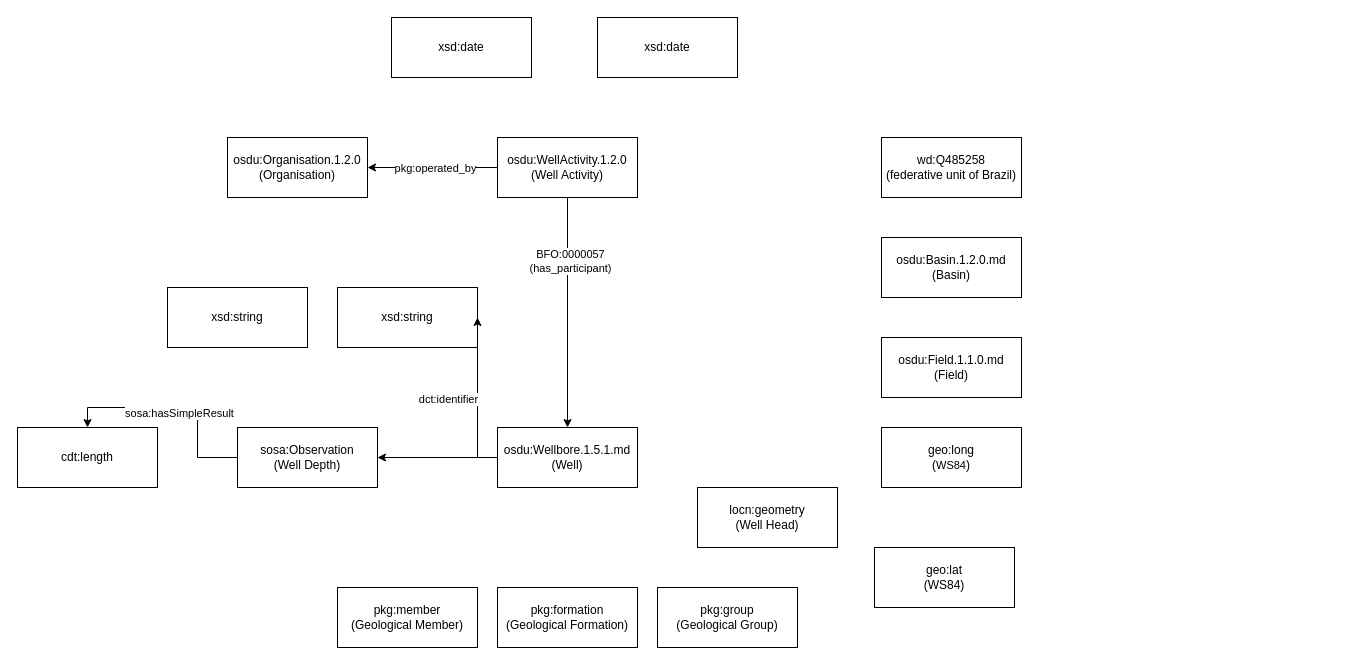
Earlier version of the draw.io diagram semantic data model/semantic-data-model.drawio (patriciaferreiradasilva/FAIR_petrokgraph). Source tidied: cells renumbered, new cells numbered last; positions are measured from the earlier drawing's top-left corner, leaving out a move shared by most shapes. Both pictures are drawn from the tidied source at 100%, with x=0, y=0 at pixel (17, 17).
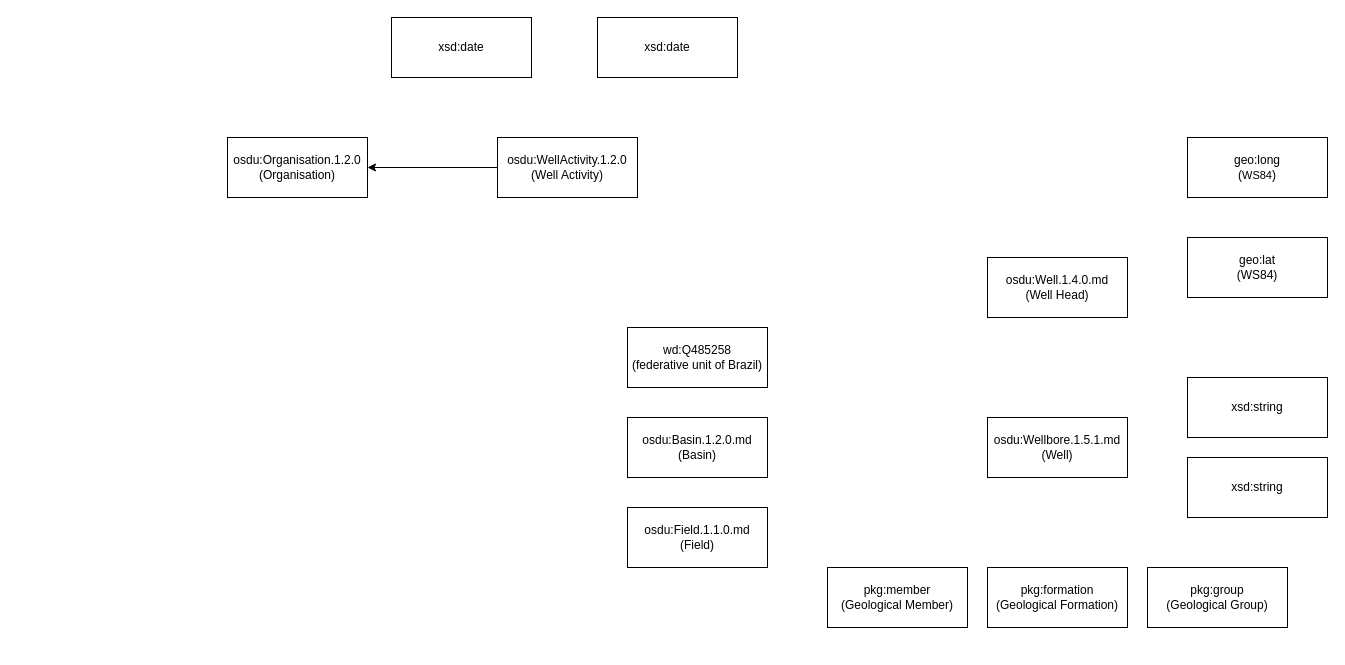
The same page after the edit.

Commit message (it also covers changes not shown here):
updated uris for ontology in the data

Unchanged cells that the change refers to:
```xml
<mxCell id="4" style="edgeStyle=orthogonalEdgeStyle;rounded=0;jettySize=auto;html=1;entryX=1;entryY=0.5;entryDx=0;entryDy=0;" parent="1" edge="1" source="6" target="8">
  <mxGeometry relative="1" as="geometry" />
</mxCell>
<mxCell id="6" value="&lt;div&gt;osdu:WellActivity.1.2.0&lt;/div&gt;(Well Activity)" style="rounded=0;whiteSpace=wrap;html=1;" parent="1" vertex="1">
  <mxGeometry x="480" y="120" width="140" height="60" as="geometry" />
</mxCell>
```

Diff of the diagram source:
```diff
@@
-    <mxCell id="2" style="edgeStyle=orthogonalEdgeStyle;rounded=0;jettySize=auto;html=1;entryX=0.5;entryY=0;entryDx=0;entryDy=0;" parent="1" edge="1" source="6" target="27">
-      <mxGeometry relative="1" as="geometry" />
-    </mxCell>
-    <mxCell id="3" value="BFO:0000057&lt;div&gt;(has_participant)&lt;/div&gt;" style="edgeLabel;html=1;align=center;verticalAlign=middle;" parent="2" vertex="1">
-      <mxGeometry x="-0.03" y="-1" relative="1" as="geometry">
-        <mxPoint x="3" y="-49" as="offset" />
-      </mxGeometry>
-    </mxCell>
@@
-    <mxCell id="5" value="pkg:operated_by" style="edgeLabel;html=1;align=center;verticalAlign=middle;" parent="4" vertex="1">
-      <mxGeometry x="-0.01" y="4" relative="1" as="geometry">
-        <mxPoint x="1" y="-4" as="offset" />
-      </mxGeometry>
-    </mxCell>
@@
     <mxCell id="7" value="&lt;div&gt;wd:Q485258&lt;/div&gt;&lt;div&gt;(federative unit of Brazil)&lt;/div&gt;" style="rounded=0;whiteSpace=wrap;html=1;" parent="1" vertex="1">
-      <mxGeometry x="864" y="120" width="140" height="60" as="geometry" />
+      <mxGeometry x="610" y="310" width="140" height="60" as="geometry" />
     </mxCell>
@@
     <mxCell id="9" value="osdu:Basin.1.2.0.md&lt;div&gt;(Basin)&lt;/div&gt;" style="rounded=0;whiteSpace=wrap;html=1;" parent="1" vertex="1">
-      <mxGeometry x="864" y="220" width="140" height="60" as="geometry" />
+      <mxGeometry x="610" y="400" width="140" height="60" as="geometry" />
     </mxCell>
     <mxCell id="10" value="osdu:Field.1.1.0.md&lt;div&gt;&lt;span style=&quot;background-color: transparent; color: light-dark(rgb(0, 0, 0), rgb(255, 255, 255));&quot;&gt;(Field)&lt;/span&gt;&lt;/div&gt;" style="rounded=0;whiteSpace=wrap;html=1;" parent="1" vertex="1">
-      <mxGeometry x="864" y="320" width="140" height="60" as="geometry" />
+      <mxGeometry x="610" y="490" width="140" height="60" as="geometry" />
     </mxCell>
-    <mxCell id="11" value="locn:geometry&lt;div&gt;(Well Head)&lt;/div&gt;" style="rounded=0;whiteSpace=wrap;html=1;" parent="1" vertex="1">
-      <mxGeometry x="680" y="470" width="140" height="60" as="geometry" />
-    </mxCell>
     <mxCell id="12" value="pkg:formation&lt;div&gt;(Geological Formation)&lt;/div&gt;" style="rounded=0;whiteSpace=wrap;html=1;" parent="1" vertex="1">
-      <mxGeometry x="480" y="570" width="140" height="60" as="geometry" />
+      <mxGeometry x="970" y="550" width="140" height="60" as="geometry" />
     </mxCell>
     <mxCell id="13" value="pkg:group&lt;div&gt;(Geological Group)&lt;/div&gt;" style="rounded=0;whiteSpace=wrap;html=1;" parent="1" vertex="1">
-      <mxGeometry x="640" y="570" width="140" height="60" as="geometry" />
+      <mxGeometry x="1130" y="550" width="140" height="60" as="geometry" />
     </mxCell>
     <mxCell id="14" value="pkg:member&lt;div&gt;(Geological Member)&lt;/div&gt;" style="rounded=0;whiteSpace=wrap;html=1;" parent="1" vertex="1">
-      <mxGeometry x="320" y="570" width="140" height="60" as="geometry" />
+      <mxGeometry x="810" y="550" width="140" height="60" as="geometry" />
     </mxCell>
     <mxCell id="15" value="geo:lat&lt;div&gt;(WS84)&lt;/div&gt;" style="rounded=0;whiteSpace=wrap;html=1;" parent="1" vertex="1">
-      <mxGeometry x="857" y="530" width="140" height="60" as="geometry" />
+      <mxGeometry x="1170" y="220" width="140" height="60" as="geometry" />
     </mxCell>
     <mxCell id="16" value="geo:long&lt;div&gt;(&lt;span style=&quot;font-size: 11px; text-wrap-mode: nowrap; background-color: rgb(255, 255, 255);&quot;&gt;WS84&lt;/span&gt;)&lt;/div&gt;" style="rounded=0;whiteSpace=wrap;html=1;" parent="1" vertex="1">
-      <mxGeometry x="864" y="410" width="140" height="60" as="geometry" />
+      <mxGeometry x="1170" y="120" width="140" height="60" as="geometry" />
     </mxCell>
     <mxCell id="17" value="xsd:string" style="rounded=0;whiteSpace=wrap;html=1;" parent="1" vertex="1">
-      <mxGeometry x="320" y="270" width="140" height="60" as="geometry" />
+      <mxGeometry x="1170" y="440" width="140" height="60" as="geometry" />
     </mxCell>
@@
-    <mxCell id="20" style="edgeStyle=orthogonalEdgeStyle;rounded=0;jettySize=auto;html=1;entryX=0.5;entryY=0;entryDx=0;entryDy=0;" parent="1" edge="1" source="22" target="23">
-      <mxGeometry relative="1" as="geometry" />
-    </mxCell>
-    <mxCell id="21" value="sosa:hasSimpleResult" style="edgeLabel;html=1;align=center;verticalAlign=middle;" parent="20" vertex="1">
-      <mxGeometry x="-0.01" y="5" relative="1" as="geometry" />
-    </mxCell>
-    <mxCell id="22" value="sosa:Observation&lt;div&gt;(Well Depth)&lt;/div&gt;" style="rounded=0;whiteSpace=wrap;html=1;" parent="1" vertex="1">
-      <mxGeometry x="220" y="410" width="140" height="60" as="geometry" />
-    </mxCell>
-    <mxCell id="23" value="cdt:length" style="rounded=0;whiteSpace=wrap;html=1;" parent="1" vertex="1">
-      <mxGeometry y="410" width="140" height="60" as="geometry" />
-    </mxCell>
-    <mxCell id="24" style="edgeStyle=orthogonalEdgeStyle;rounded=0;jettySize=auto;html=1;entryX=1;entryY=0.5;entryDx=0;entryDy=0;exitX=0;exitY=0.5;exitDx=0;exitDy=0;" parent="1" edge="1" source="27" target="17">
-      <mxGeometry relative="1" as="geometry">
-        <Array as="points">
-          <mxPoint x="400" y="440" />
-          <mxPoint x="400" y="440" />
-        </Array>
-      </mxGeometry>
-    </mxCell>
-    <mxCell id="25" value="dct:identifier" style="edgeLabel;html=1;align=center;verticalAlign=middle;" parent="24" vertex="1">
-      <mxGeometry x="0.21" y="-3" relative="1" as="geometry">
-        <mxPoint x="-33" y="-30" as="offset" />
-      </mxGeometry>
-    </mxCell>
-    <mxCell id="26" style="edgeStyle=orthogonalEdgeStyle;rounded=0;jettySize=auto;html=1;entryX=1;entryY=0.5;entryDx=0;entryDy=0;" parent="1" edge="1" source="27" target="22">
-      <mxGeometry relative="1" as="geometry" />
-    </mxCell>
     <mxCell id="27" value="osdu:Wellbore.1.5.1.md&lt;div&gt;(Well)&lt;/div&gt;" style="rounded=0;whiteSpace=wrap;html=1;" parent="1" vertex="1">
-      <mxGeometry x="480" y="410" width="140" height="60" as="geometry" />
+      <mxGeometry x="970" y="400" width="140" height="60" as="geometry" />
     </mxCell>
     <mxCell id="28" value="xsd:string" style="rounded=0;whiteSpace=wrap;html=1;" parent="1" vertex="1">
-      <mxGeometry x="150" y="270" width="140" height="60" as="geometry" />
+      <mxGeometry x="1170" y="360" width="140" height="60" as="geometry" />
     </mxCell>
+    <mxCell id="29" value="osdu:Well.1.4.0.md&lt;div&gt;(Well Head)&lt;/div&gt;" style="rounded=0;whiteSpace=wrap;html=1;" parent="1" vertex="1">
+      <mxGeometry x="970" y="240" width="140" height="60" as="geometry" />
+    </mxCell>
```
